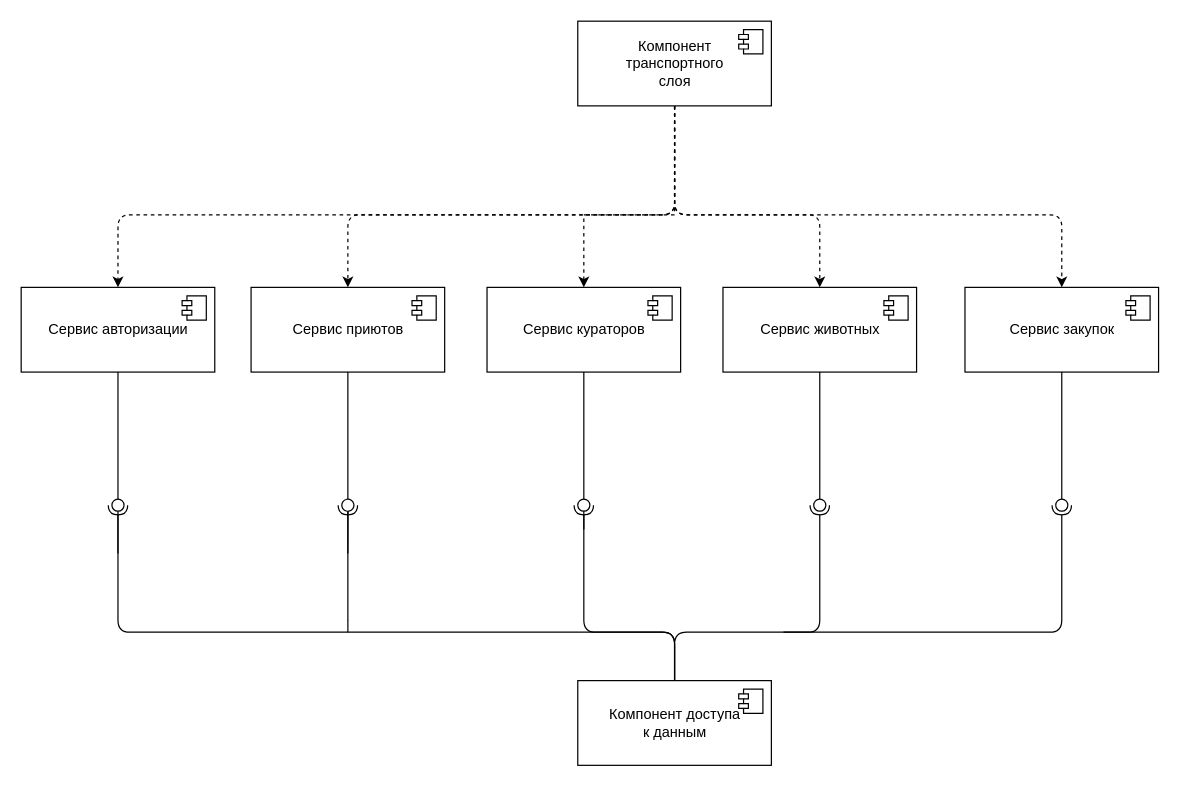
Before: diagrams/UML-component.drawio in Laiika/bmstu-iu7-sd, a draw.io diagram. Source tidied: cells renumbered, new cells numbered last; positions are measured from the earlier drawing's top-left corner, leaving out a move shared by most shapes. Both pictures are drawn from the tidied source at 121%, with x=0, y=0 at pixel (21, 21).
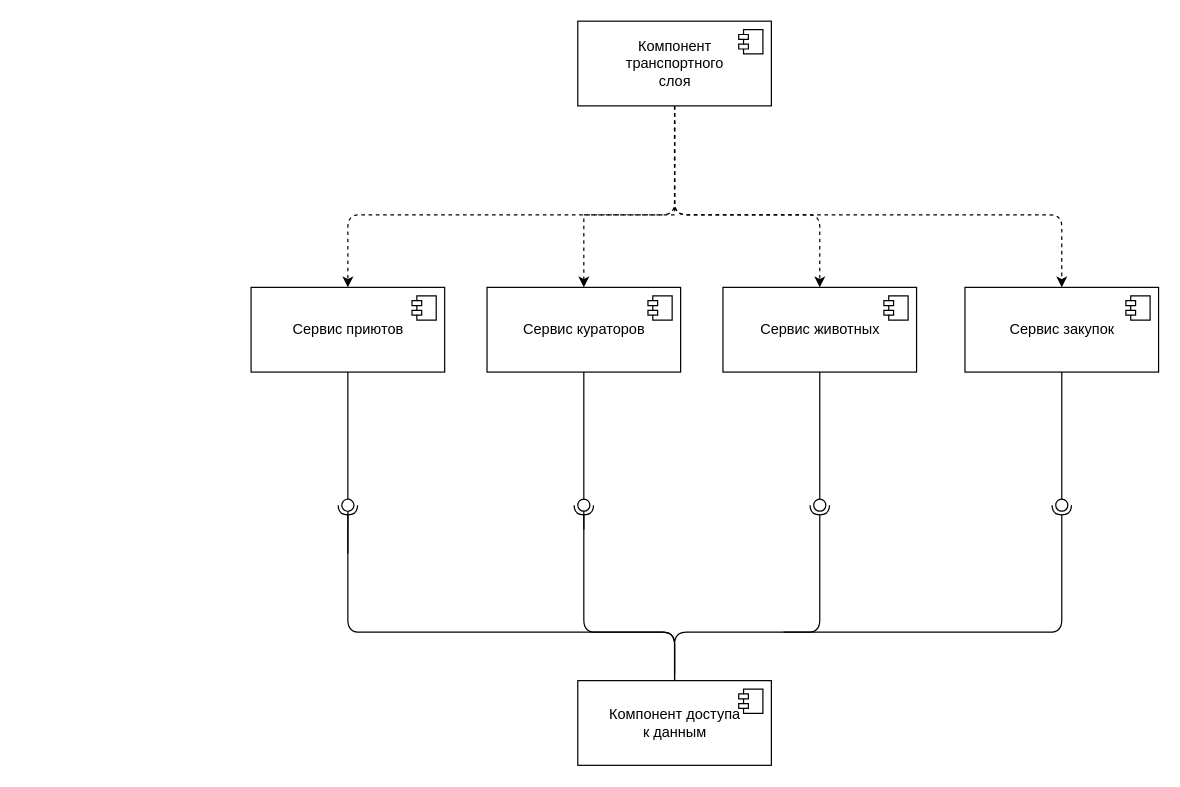
After the change.

The change refers to these unchanged cells:
```xml
<mxCell id="2" value="Компонент доступа &lt;br&gt;к данным" style="html=1;" parent="1" vertex="1">
  <mxGeometry x="460" y="545" width="160" height="70" as="geometry" />
</mxCell>
<mxCell id="7" value="Компонент &lt;br&gt;транспортного &lt;br&gt;слоя" style="html=1;" parent="1" vertex="1">
  <mxGeometry x="460" width="160" height="70" as="geometry" />
</mxCell>
```

The edit, as a diff of the source:
```diff
@@
-    <mxCell id="4" value="Сервис авторизации" style="html=1;" parent="1" vertex="1">
-      <mxGeometry y="220" width="160" height="70" as="geometry" />
-    </mxCell>
-    <mxCell id="5" style="shape=module;jettyWidth=8;jettyHeight=4;" parent="4" vertex="1">
-      <mxGeometry x="1" width="20" height="20" relative="1" as="geometry">
-        <mxPoint x="-27" y="7" as="offset" />
-      </mxGeometry>
-    </mxCell>
-    <mxCell id="6" style="edgeStyle=orthogonalEdgeStyle;rounded=1;jettySize=auto;html=1;dashed=1;entryX=0.5;entryY=0;entryDx=0;entryDy=0;exitX=0.5;exitY=1;exitDx=0;exitDy=0;" parent="1" edge="1" source="7" target="4">
-      <mxGeometry relative="1" as="geometry">
-        <Array as="points">
-          <mxPoint x="540" y="160" />
-          <mxPoint x="80" y="160" />
-        </Array>
-      </mxGeometry>
-    </mxCell>
@@
-    <mxCell id="18" style="rounded=0;jettySize=auto;html=1;endArrow=none;endFill=0;sketch=0;sourcePerimeterSpacing=0;targetPerimeterSpacing=0;edgeStyle=orthogonalEdgeStyle;" parent="1" edge="1" source="4" target="29">
-      <mxGeometry relative="1" as="geometry">
-        <Array as="points">
-          <mxPoint x="80" y="440" />
-          <mxPoint x="80" y="440" />
-        </Array>
-      </mxGeometry>
-    </mxCell>
-    <mxCell id="19" style="rounded=1;jettySize=auto;html=1;endArrow=halfCircle;endFill=0;endSize=6;strokeWidth=1;sketch=0;edgeStyle=orthogonalEdgeStyle;" parent="1" edge="1" source="29">
+    <mxCell id="19" style="rounded=1;orthogonalLoop=1;jettySize=auto;html=1;endArrow=halfCircle;endFill=0;endSize=6;strokeWidth=1;sketch=0;edgeStyle=orthogonalEdgeStyle;" parent="1" edge="1">
       <mxGeometry relative="1" as="geometry">
+        <mxPoint x="80" y="400" as="sourcePoint" />
         <mxPoint x="80" y="400" as="targetPoint" />
         <Array as="points">
           <mxPoint x="80" y="400" />
         </Array>
       </mxGeometry>
     </mxCell>
@@
-    <mxCell id="21" style="rounded=1;orthogonalLoop=1;jettySize=auto;html=1;endArrow=halfCircle;endFill=0;endSize=6;strokeWidth=1;sketch=0;edgeStyle=orthogonalEdgeStyle;" parent="1" edge="1">
-      <mxGeometry relative="1" as="geometry">
-        <mxPoint x="270" y="405" as="sourcePoint" />
-        <mxPoint x="270" y="400" as="targetPoint" />
-        <Array as="points">
-          <mxPoint x="270" y="500" />
-          <mxPoint x="270" y="500" />
-        </Array>
-      </mxGeometry>
-    </mxCell>
@@
-    <mxCell id="28" style="rounded=1;jettySize=auto;html=1;endArrow=halfCircle;endFill=0;endSize=6;strokeWidth=1;sketch=0;edgeStyle=orthogonalEdgeStyle;entryX=0.5;entryY=0.5;entryDx=0;entryDy=0;entryPerimeter=0;exitX=0.5;exitY=0;exitDx=0;exitDy=0;" parent="1" edge="1" source="2" target="29">
+    <mxCell id="28" style="rounded=1;orthogonalLoop=1;jettySize=auto;html=1;endArrow=halfCircle;endFill=0;endSize=6;strokeWidth=1;sketch=0;edgeStyle=orthogonalEdgeStyle;exitX=0.5;exitY=0;exitDx=0;exitDy=0;" parent="1" edge="1">
       <mxGeometry relative="1" as="geometry">
+        <mxPoint x="540" y="540" as="sourcePoint" />
+        <mxPoint x="270" y="400" as="targetPoint" />
         <Array as="points">
           <mxPoint x="540" y="505" />
-          <mxPoint x="80" y="505" />
+          <mxPoint x="270" y="505" />
         </Array>
       </mxGeometry>
     </mxCell>
-    <mxCell id="29" style="ellipse;whiteSpace=wrap;html=1;align=center;points=[];outlineConnect=0;sketch=0;" parent="1" vertex="1">
-      <mxGeometry x="75" y="395" width="10" height="10" as="geometry" />
-    </mxCell>
-    <mxCell id="30" style="endArrow=none;html=1;rounded=0;" parent="1" edge="1">
-      <mxGeometry relative="1" as="geometry">
-        <mxPoint x="270" y="495" as="sourcePoint" />
-        <mxPoint x="270" y="505" as="targetPoint" />
-      </mxGeometry>
-    </mxCell>
```
